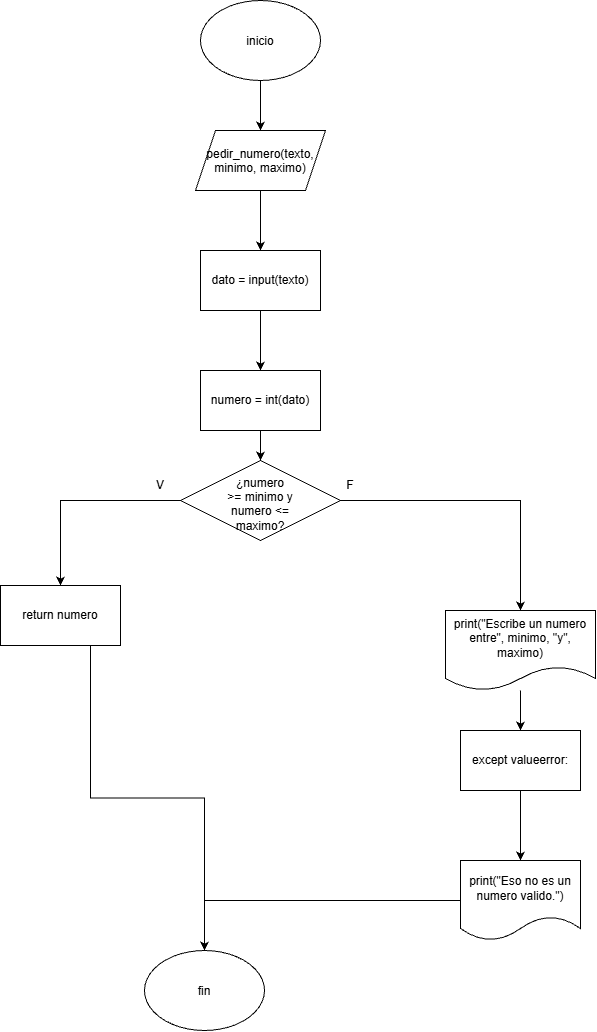
Before: diagrama de flujo/Diagrama pedir_numero.png, a diagram exported from draw.io (juananslalanb/unidad5). Source tidied: cells renumbered, new cells last; positions are measured from the earlier drawing's top-left corner, leaving out a move shared by most shapes.
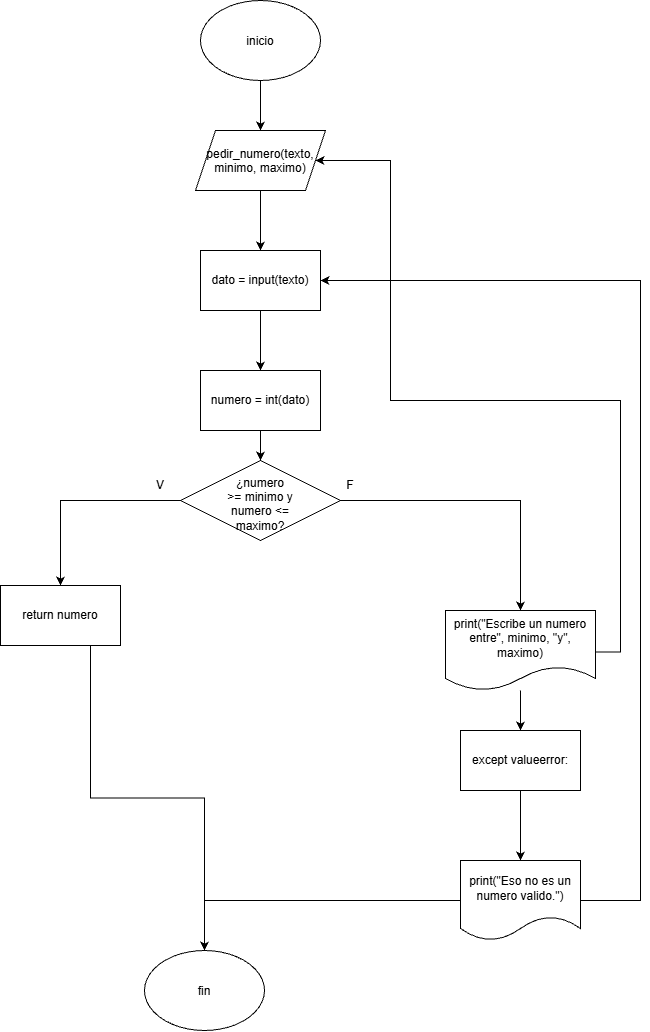
Later version of the same file.

What changed in the source:
```diff
@@ -47,12 +47,30 @@
     <mxCell id="16" style="edgeStyle=orthogonalEdgeStyle;rounded=0;jettySize=auto;html=1;defaultLabelBackgroundColor=page;" parent="1" edge="1" source="17" target="15">
       <mxGeometry relative="1" as="geometry" />
     </mxCell>
+    <mxCell id="24" style="edgeStyle=orthogonalEdgeStyle;rounded=0;jettySize=auto;html=1;entryX=1;entryY=0.5;entryDx=0;entryDy=0;defaultLabelBackgroundColor=page;" parent="1" edge="1" source="17" target="21">
+      <mxGeometry x="0.16" relative="1" as="geometry">
+        <Array as="points">
+          <mxPoint x="620" y="651.6" />
+          <mxPoint x="620" y="400" />
+          <mxPoint x="390" y="400" />
+          <mxPoint x="390" y="160" />
+        </Array>
+      </mxGeometry>
+    </mxCell>
     <mxCell id="17" value="print(&quot;Escribe un numero entre&quot;, minimo, &quot;y&quot;, maximo)" style="shape=document;whiteSpace=wrap;html=1;boundedLbl=1;" parent="1" vertex="1">
       <mxGeometry x="445" y="610" width="150" height="80" as="geometry" />
     </mxCell>
     <mxCell id="18" style="edgeStyle=orthogonalEdgeStyle;rounded=0;jettySize=auto;html=1;entryX=0.5;entryY=0;entryDx=0;entryDy=0;defaultLabelBackgroundColor=page;" parent="1" edge="1" source="19" target="12">
       <mxGeometry relative="1" as="geometry" />
     </mxCell>
+    <mxCell id="25" style="edgeStyle=orthogonalEdgeStyle;rounded=0;jettySize=auto;html=1;entryX=1;entryY=0.5;entryDx=0;entryDy=0;defaultLabelBackgroundColor=page;" parent="1" edge="1" source="19" target="23">
+      <mxGeometry relative="1" as="geometry">
+        <Array as="points">
+          <mxPoint x="640" y="900" />
+          <mxPoint x="640" y="280" />
+        </Array>
+      </mxGeometry>
+    </mxCell>
     <mxCell id="19" value="print(&quot;Eso no es un numero valido.&quot;)" style="shape=document;whiteSpace=wrap;html=1;boundedLbl=1;" parent="1" vertex="1">
       <mxGeometry x="460" y="860" width="120" height="80" as="geometry" />
     </mxCell>
```
